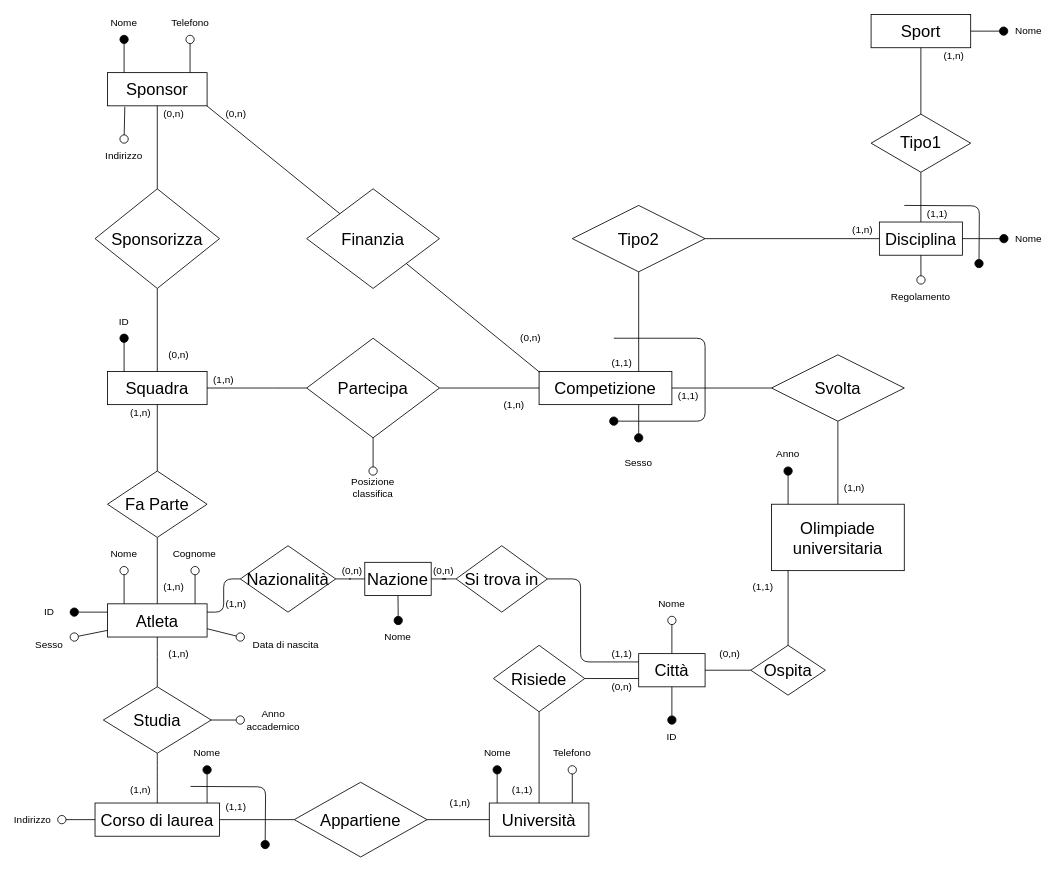
The draw.io diagram page "Schema E-R" (1 of 3) of Olimpiadi studentesche.drawio in giovannivelludo/database-project, before the edit. Source tidied: cells renumbered, new cells numbered last; positions are measured from the earlier drawing's top-left corner, leaving out a move shared by most shapes. Both pictures are drawn from the tidied source at 83%, with x=0, y=0 at pixel (16, 14).
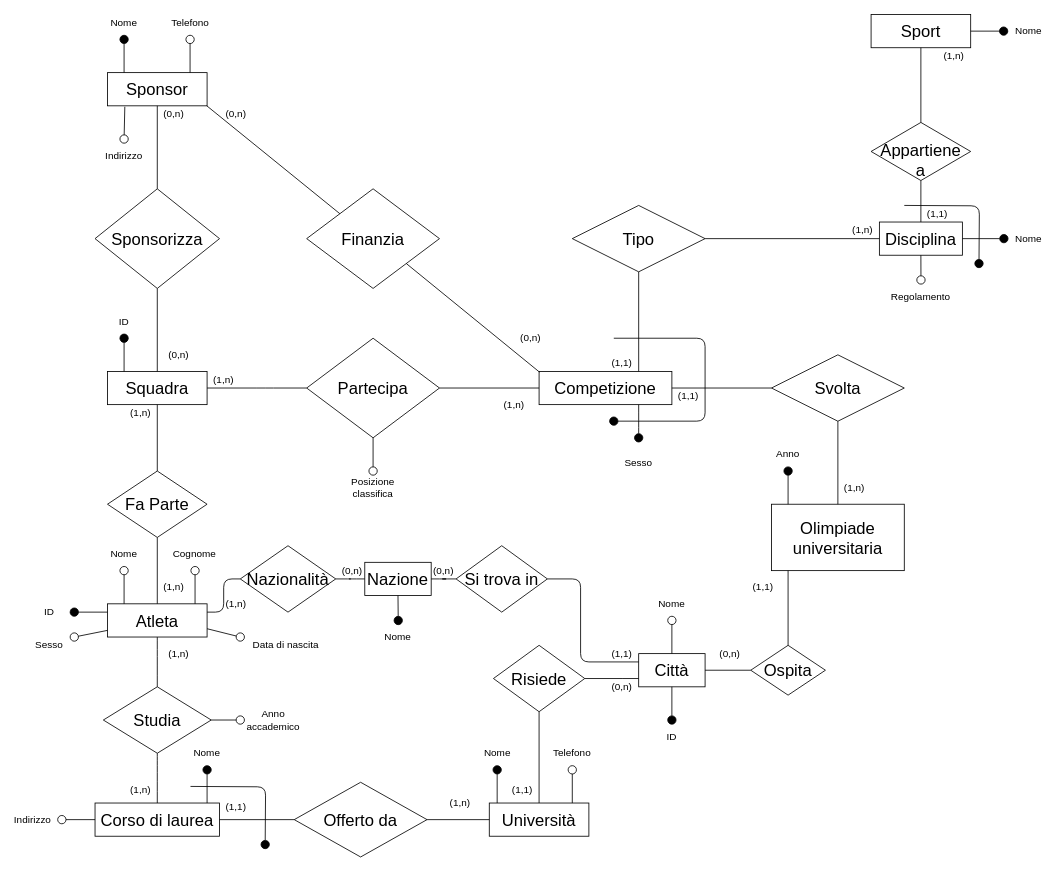
The same page after the edit.

Commit message:
Cambiati nomi di alcune relazioni

Change to the diagram source:
```diff
@@
-    <mxCell id="20" value="Appartiene" style="rhombus;whiteSpace=wrap;html=1;rounded=0;fontSize=20;fillColor=none;" parent="1" vertex="1">
+    <mxCell id="20" value="&lt;div&gt;Offerto da&lt;/div&gt;" style="rhombus;whiteSpace=wrap;html=1;rounded=0;fontSize=20;fillColor=none;" parent="1" vertex="1">
       <mxGeometry x="335" y="925" width="160" height="90" as="geometry" />
     </mxCell>
@@
-    <mxCell id="110" value="&lt;div&gt;Tipo2&lt;/div&gt;" style="rhombus;whiteSpace=wrap;html=1;fontSize=20;fillColor=none;" parent="1" vertex="1">
+    <mxCell id="110" value="&lt;div&gt;Tipo&lt;/div&gt;" style="rhombus;whiteSpace=wrap;html=1;fontSize=20;fillColor=none;" parent="1" vertex="1">
       <mxGeometry x="670" y="230" width="160" height="80" as="geometry" />
     </mxCell>
@@
-    <mxCell id="122" value="&lt;div&gt;&lt;span style=&quot;font-size: 20px&quot;&gt;Tipo1&lt;/span&gt;&lt;/div&gt;" style="rhombus;html=1;whiteSpace=wrap;spacingBottom=4;fillColor=none;" parent="1" vertex="1">
-      <mxGeometry x="1030" y="120" width="120" height="70" as="geometry" />
+    <mxCell id="122" value="&lt;div&gt;&lt;span style=&quot;font-size: 20px&quot;&gt;&lt;br&gt;&lt;/span&gt;&lt;/div&gt;&lt;div&gt;&lt;span style=&quot;font-size: 20px&quot;&gt;Appartiene&lt;/span&gt;&lt;/div&gt;&lt;div&gt;&lt;span style=&quot;font-size: 20px&quot;&gt;a&lt;br&gt;&lt;/span&gt;&lt;/div&gt;" style="rhombus;html=1;whiteSpace=wrap;spacingBottom=4;fillColor=none;" parent="1" vertex="1">
+      <mxGeometry x="1030" y="130" width="120" height="70" as="geometry" />
     </mxCell>
```
